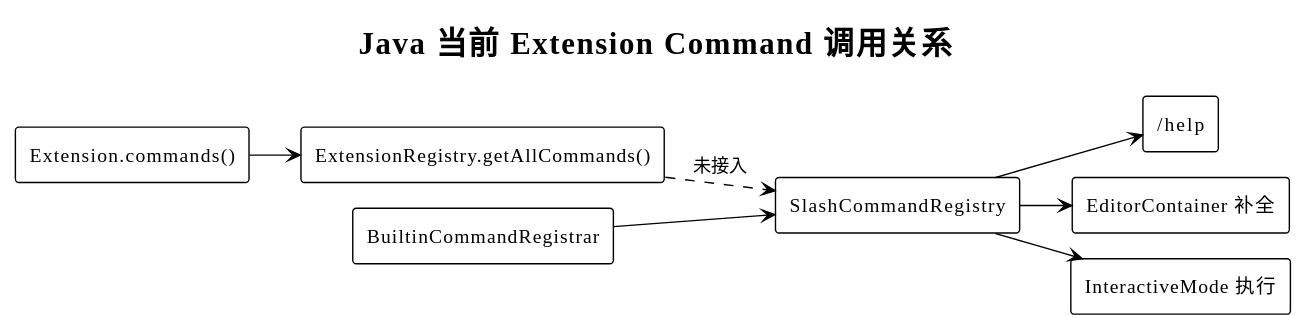
superheromeZzh/pi-mono-java-design keeps this PlantUML diagram as diagrams/extension-command/02-current-call-relationship.svg. Above is the earlier version. The source it was exported from:
```plantuml
@startuml
!theme plain
!pragma layout smetana
skinparam defaultFontName "PingFang SC"
skinparam shadowing false
skinparam backgroundColor transparent
title Java 当前 Extension Command 调用关系

left to right direction
rectangle "Extension.commands()" as extension
rectangle "ExtensionRegistry.getAllCommands()" as extensionRegistry
rectangle SlashCommandRegistry as slashRegistry
rectangle BuiltinCommandRegistrar as builtin
rectangle "/help" as help
rectangle "EditorContainer 补全" as autocomplete
rectangle "InteractiveMode 执行" as interactive

extension --> extensionRegistry
extensionRegistry ..> slashRegistry : 未接入
builtin --> slashRegistry
slashRegistry --> help
slashRegistry --> autocomplete
slashRegistry --> interactive
@enduml
```
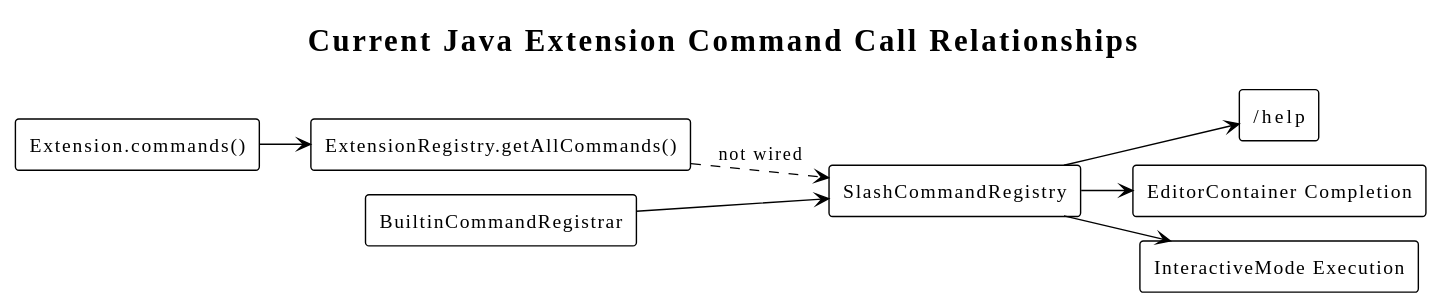
The same diagram one commit later.

Change to the diagram source:
```diff
@@ -1,10 +1,10 @@
 @startuml
 !theme plain
 !pragma layout smetana
-skinparam defaultFontName "PingFang SC"
+skinparam defaultFontName "SansSerif"
 skinparam shadowing false
 skinparam backgroundColor transparent
-title Java 当前 Extension Command 调用关系
+title Current Java Extension Command Call Relationships
 
 left to right direction
 rectangle "Extension.commands()" as extension
@@ -12,11 +12,11 @@
 rectangle SlashCommandRegistry as slashRegistry
 rectangle BuiltinCommandRegistrar as builtin
 rectangle "/help" as help
-rectangle "EditorContainer 补全" as autocomplete
-rectangle "InteractiveMode 执行" as interactive
+rectangle "EditorContainer Completion" as autocomplete
+rectangle "InteractiveMode Execution" as interactive
 
 extension --> extensionRegistry
-extensionRegistry ..> slashRegistry : 未接入
+extensionRegistry ..> slashRegistry : not wired
 builtin --> slashRegistry
 slashRegistry --> help
 slashRegistry --> autocomplete
```
